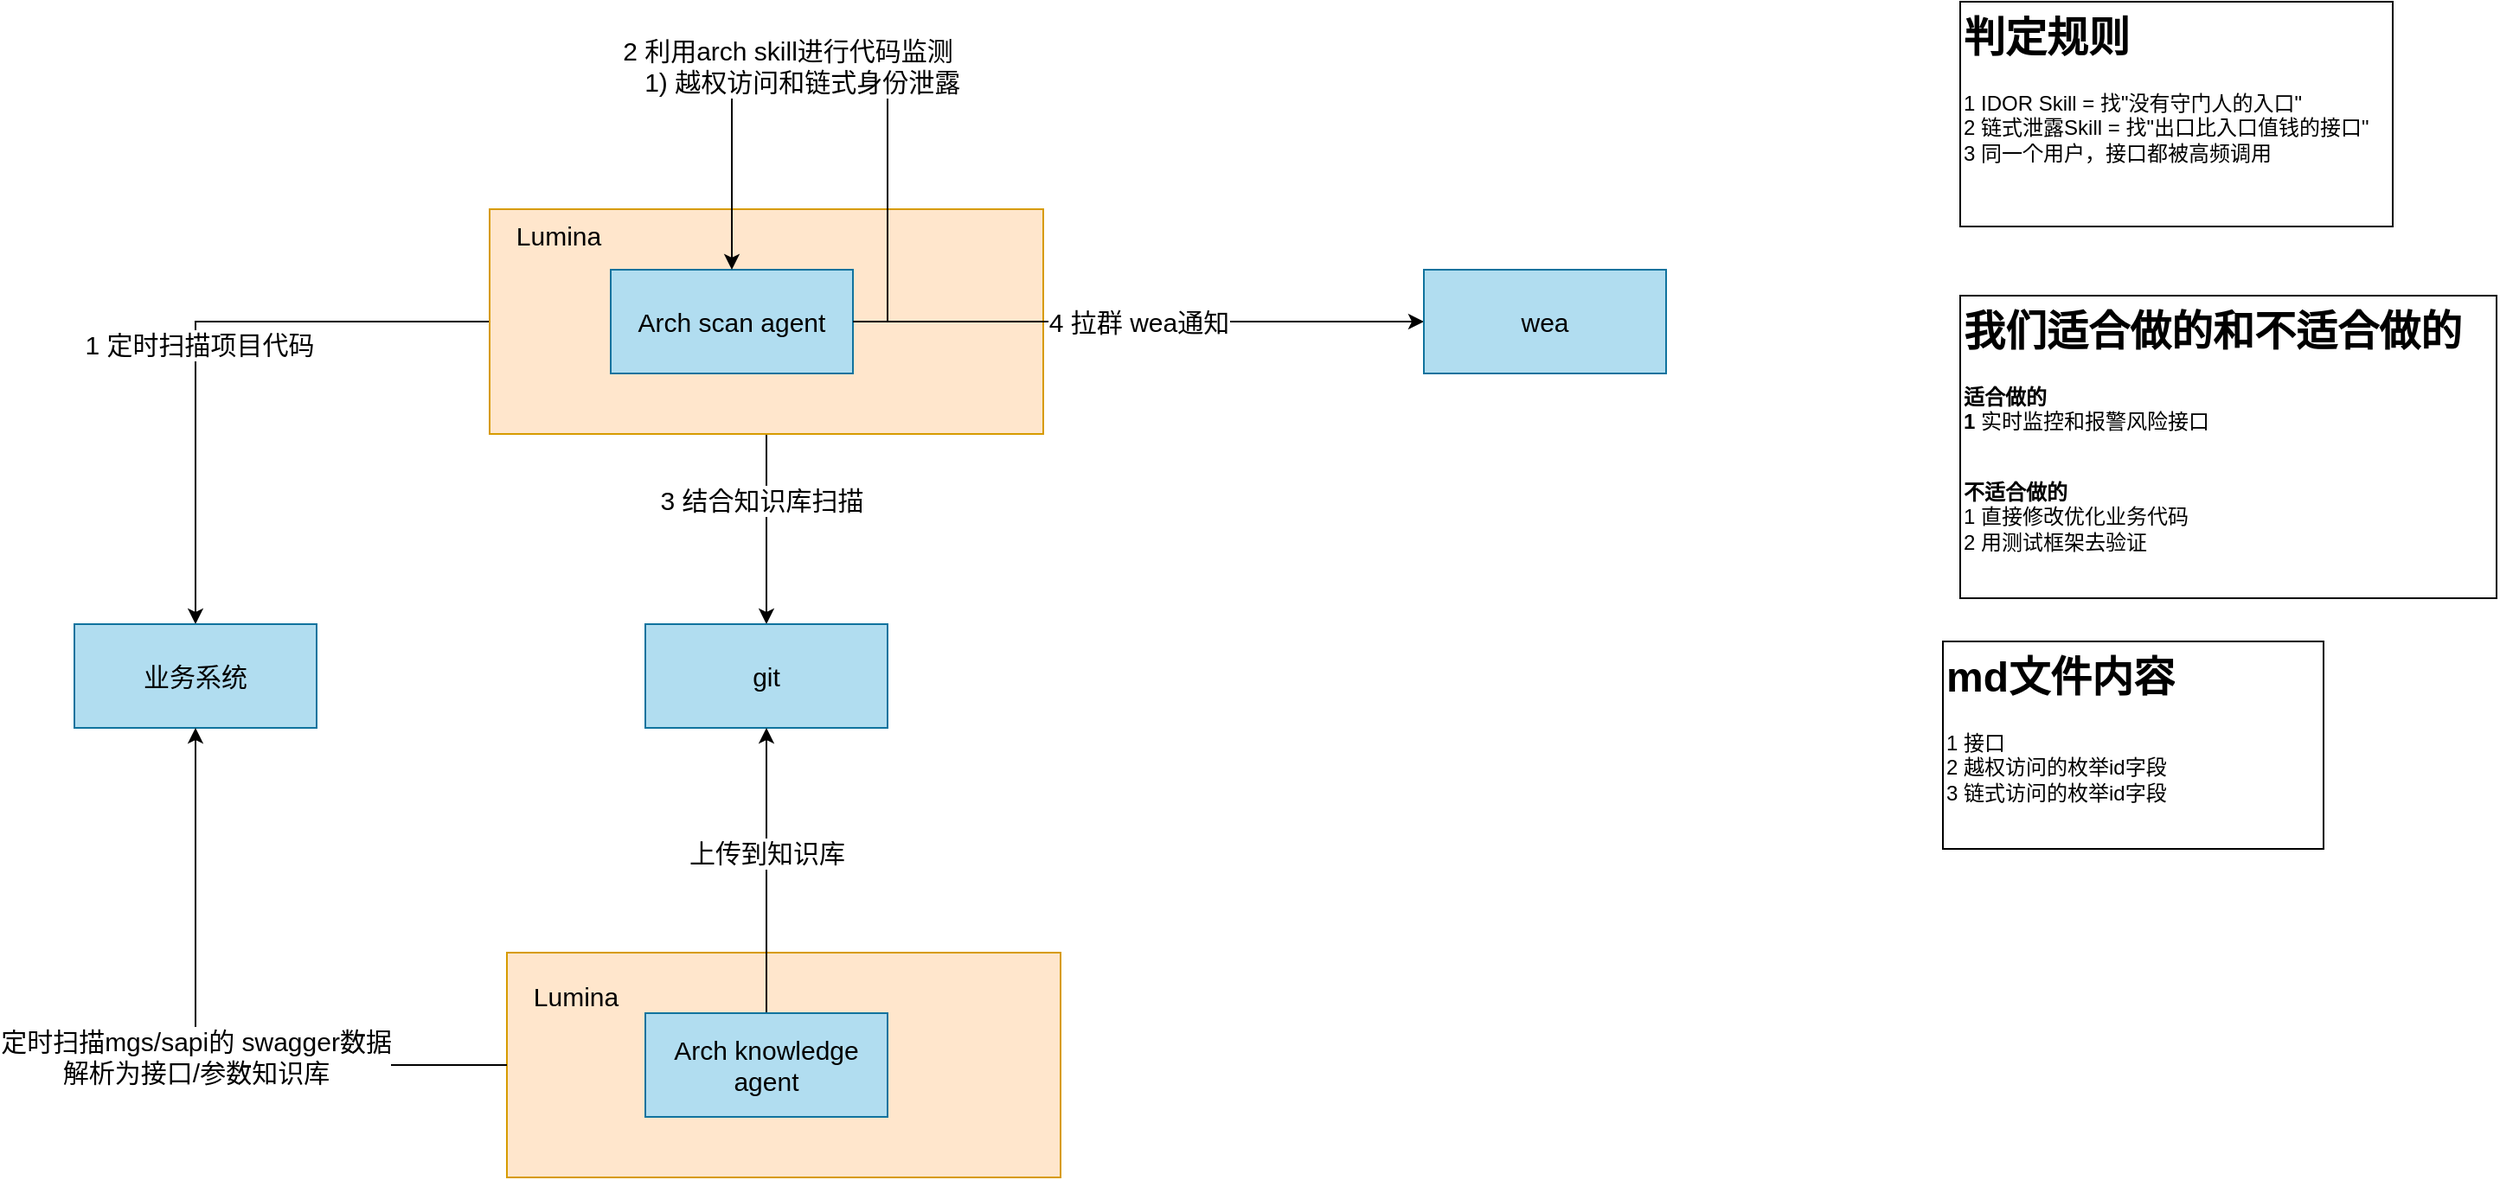
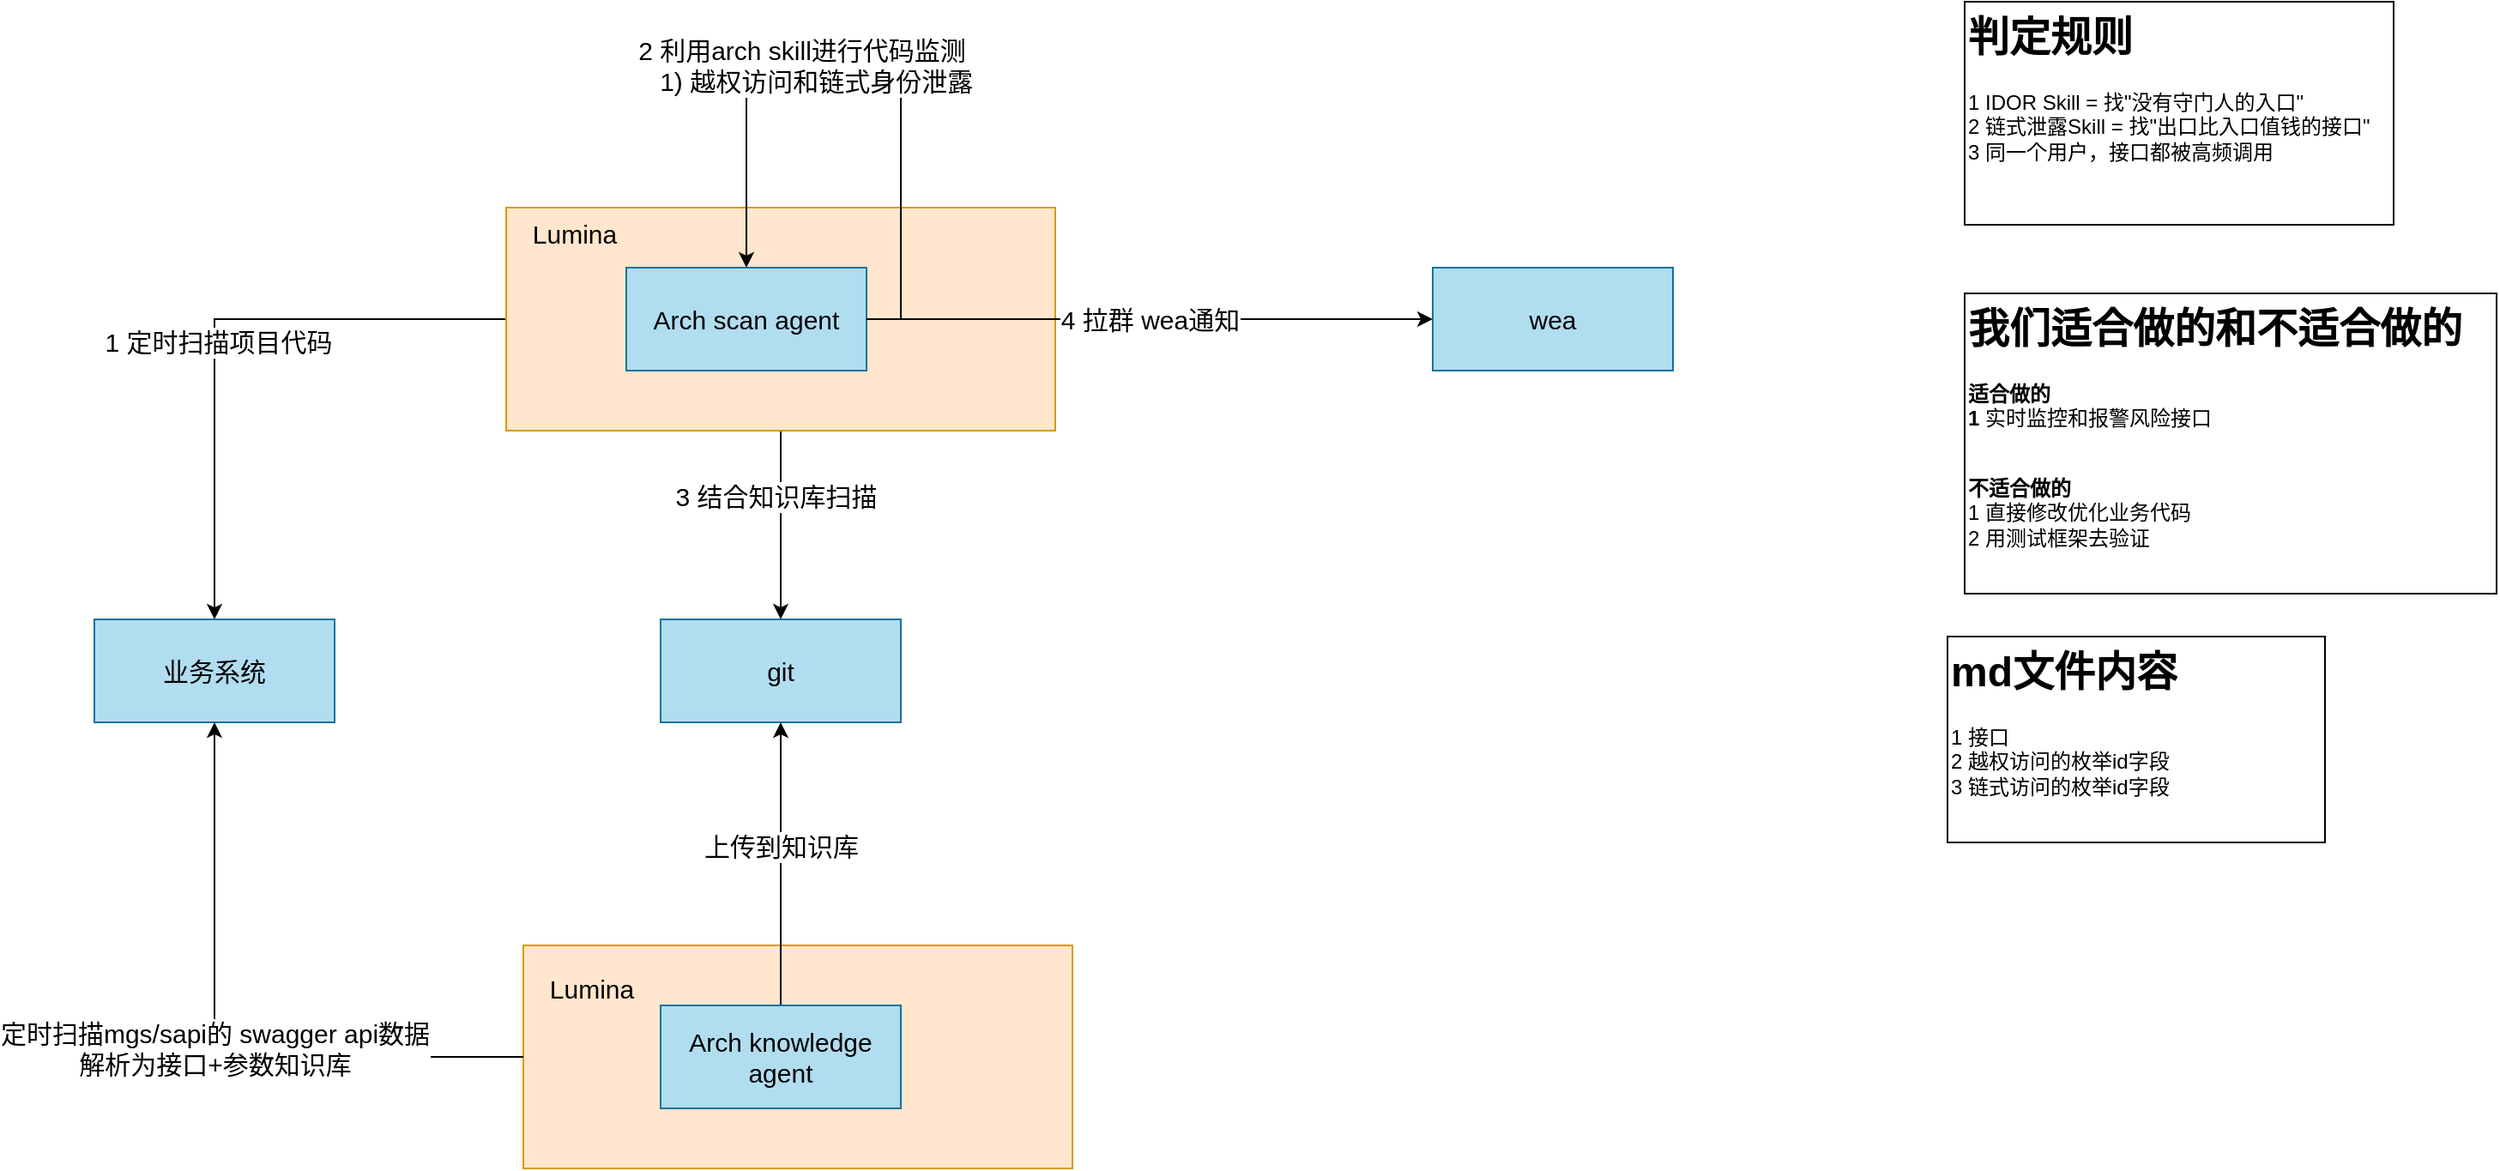
<mxfile host="app.diagrams.net">
  <diagram name="第 1 页" id="v4d0oD99BJNh_s1QToVL">
    <mxGraphModel dx="1391" dy="764" grid="1" gridSize="10" guides="1" tooltips="1" connect="1" arrows="1" fold="1" page="1" pageScale="1" pageWidth="3300" pageHeight="2339" math="0" shadow="0">
      <root>
        <mxCell id="0" />
        <mxCell id="1" parent="0" />
        <mxCell id="BZSGkBbcOcEUag34DBB_-2" edge="1" parent="1" source="SJECwPXb0EPlWWx2axZS-5" style="edgeStyle=orthogonalEdgeStyle;rounded=0;orthogonalLoop=1;jettySize=auto;html=1;exitX=0;exitY=0.5;exitDx=0;exitDy=0;fontSize=15;" target="BZSGkBbcOcEUag34DBB_-1">
          <mxGeometry relative="1" as="geometry" />
        </mxCell>
        <mxCell id="BZSGkBbcOcEUag34DBB_-9" connectable="0" parent="BZSGkBbcOcEUag34DBB_-2" style="edgeLabel;html=1;align=center;verticalAlign=middle;resizable=0;points=[];fontSize=15;" value="1 定时扫描项目代码" vertex="1">
          <mxGeometry relative="1" x="0.0582" y="2" as="geometry">
            <mxPoint as="offset" />
          </mxGeometry>
        </mxCell>
        <mxCell id="BZSGkBbcOcEUag34DBB_-42" edge="1" parent="1" source="SJECwPXb0EPlWWx2axZS-5" style="edgeStyle=orthogonalEdgeStyle;rounded=0;orthogonalLoop=1;jettySize=auto;html=1;exitX=0.5;exitY=1;exitDx=0;exitDy=0;" target="BZSGkBbcOcEUag34DBB_-6">
          <mxGeometry relative="1" as="geometry" />
        </mxCell>
        <mxCell id="BZSGkBbcOcEUag34DBB_-43" connectable="0" parent="BZSGkBbcOcEUag34DBB_-42" style="edgeLabel;html=1;align=center;verticalAlign=middle;resizable=0;points=[];fontSize=15;" value="3 结合知识库扫描" vertex="1">
          <mxGeometry relative="1" x="-0.3364" y="-3" as="geometry">
            <mxPoint y="1" as="offset" />
          </mxGeometry>
        </mxCell>
        <mxCell id="SJECwPXb0EPlWWx2axZS-5" parent="1" style="rounded=0;whiteSpace=wrap;html=1;fillColor=#ffe6cc;strokeColor=#d79b00;fontSize=15;" value="" vertex="1">
          <mxGeometry height="130" width="320" x="370" y="160" as="geometry" />
        </mxCell>
        <mxCell id="BZSGkBbcOcEUag34DBB_-1" parent="1" style="rounded=0;whiteSpace=wrap;html=1;fillColor=#b1ddf0;strokeColor=#10739e;fontSize=15;" value="业务系统" vertex="1">
          <mxGeometry height="60" width="140" x="130" y="400" as="geometry" />
        </mxCell>
        <mxCell id="BZSGkBbcOcEUag34DBB_-46" edge="1" parent="1" source="SJECwPXb0EPlWWx2axZS-4" style="edgeStyle=orthogonalEdgeStyle;rounded=0;orthogonalLoop=1;jettySize=auto;html=1;exitX=1;exitY=0.5;exitDx=0;exitDy=0;entryX=0;entryY=0.5;entryDx=0;entryDy=0;fontSize=15;" target="BZSGkBbcOcEUag34DBB_-5" value="4 拉群 wea通知">
          <mxGeometry relative="1" as="geometry">
            <mxPoint as="offset" />
          </mxGeometry>
        </mxCell>
        <mxCell id="SJECwPXb0EPlWWx2axZS-4" parent="1" style="rounded=0;whiteSpace=wrap;html=1;fillColor=#b1ddf0;strokeColor=#10739e;fontSize=15;" value="Arch scan agent" vertex="1">
          <mxGeometry height="60" width="140" x="440" y="195" as="geometry" />
        </mxCell>
        <mxCell id="BZSGkBbcOcEUag34DBB_-4" parent="1" style="text;html=1;whiteSpace=wrap;strokeColor=none;fillColor=none;align=center;verticalAlign=middle;rounded=0;fontSize=15;" value="Lumina" vertex="1">
          <mxGeometry height="30" width="60" x="380" y="160" as="geometry" />
        </mxCell>
        <mxCell id="BZSGkBbcOcEUag34DBB_-5" parent="1" style="rounded=0;whiteSpace=wrap;html=1;fillColor=#b1ddf0;strokeColor=#10739e;fontSize=15;" value="wea" vertex="1">
          <mxGeometry height="60" width="140" x="910" y="195" as="geometry" />
        </mxCell>
        <mxCell id="BZSGkBbcOcEUag34DBB_-6" parent="1" style="rounded=0;whiteSpace=wrap;html=1;fillColor=#b1ddf0;strokeColor=#10739e;fontSize=15;" value="git" vertex="1">
          <mxGeometry height="60" width="140" x="460" y="400" as="geometry" />
        </mxCell>
        <mxCell id="BZSGkBbcOcEUag34DBB_-12" edge="1" parent="1" source="SJECwPXb0EPlWWx2axZS-4" style="edgeStyle=orthogonalEdgeStyle;rounded=0;orthogonalLoop=1;jettySize=auto;html=1;exitX=1;exitY=0.5;exitDx=0;exitDy=0;entryX=0.5;entryY=0;entryDx=0;entryDy=0;fontSize=15;" target="SJECwPXb0EPlWWx2axZS-4">
          <mxGeometry relative="1" as="geometry">
            <Array as="points">
              <mxPoint x="600" y="225" />
              <mxPoint x="600" y="80" />
              <mxPoint x="510" y="80" />
            </Array>
          </mxGeometry>
        </mxCell>
        <mxCell id="BZSGkBbcOcEUag34DBB_-13" connectable="0" parent="BZSGkBbcOcEUag34DBB_-12" style="edgeLabel;html=1;align=center;verticalAlign=middle;resizable=0;points=[];fontSize=15;" value="2 利用arch skill进行代码监测&lt;div&gt;&amp;nbsp; &amp;nbsp; 1) 越权访问和链式身份泄露&lt;/div&gt;" vertex="1">
          <mxGeometry relative="1" x="0.2054" y="-3" as="geometry">
            <mxPoint as="offset" />
          </mxGeometry>
        </mxCell>
        <mxCell id="BZSGkBbcOcEUag34DBB_-26" parent="1" style="text;html=1;whiteSpace=wrap;overflow=hidden;rounded=0;strokeColor=default;" value="&lt;h1 style=&quot;margin-top: 0px;&quot;&gt;md文件内容&lt;/h1&gt;&lt;p&gt;1 接口&lt;br&gt;2 越权访问的枚举id字段&lt;br&gt;3 链式访问的&lt;span style=&quot;background-color: transparent; color: light-dark(rgb(0, 0, 0), rgb(255, 255, 255));&quot;&gt;枚举id字段&lt;/span&gt;&lt;/p&gt;" vertex="1">
          <mxGeometry height="120" width="220" x="1210" y="410" as="geometry" />
        </mxCell>
        <mxCell id="BZSGkBbcOcEUag34DBB_-32" parent="1" style="text;html=1;whiteSpace=wrap;overflow=hidden;rounded=0;strokeColor=default;" value="&lt;h1 style=&quot;margin-top: 0px;&quot;&gt;判定规则&lt;/h1&gt;&lt;p&gt;1 IDOR Skill = 找&quot;没有守门人的入口&quot;&lt;span style=&quot;background-color: transparent; color: light-dark(rgb(0, 0, 0), rgb(255, 255, 255));&quot;&gt;&amp;nbsp;&lt;br&gt;2&amp;nbsp;&lt;/span&gt;&lt;span style=&quot;background-color: transparent; color: light-dark(rgb(0, 0, 0), rgb(255, 255, 255));&quot;&gt;链式泄露&lt;/span&gt;&lt;span style=&quot;background-color: transparent; color: light-dark(rgb(0, 0, 0), rgb(255, 255, 255));&quot;&gt;Skill = 找&quot;出口比入口值钱的接口&quot;&lt;br&gt;&lt;/span&gt;&lt;span style=&quot;background-color: transparent; color: light-dark(rgb(0, 0, 0), rgb(255, 255, 255));&quot;&gt;3 同一个用户，接口都被高频调用&lt;/span&gt;&lt;/p&gt;" vertex="1">
          <mxGeometry height="130" width="250" x="1220" y="40" as="geometry" />
        </mxCell>
        <mxCell id="BZSGkBbcOcEUag34DBB_-33" parent="1" style="text;html=1;whiteSpace=wrap;overflow=hidden;rounded=0;strokeColor=default;" value="&lt;h1 style=&quot;margin-top: 0px;&quot;&gt;我们适合做的和不适合做的&lt;/h1&gt;&lt;p&gt;&lt;b&gt;适合做的&lt;br&gt;&lt;/b&gt;&lt;span style=&quot;background-color: transparent; color: light-dark(rgb(0, 0, 0), rgb(255, 255, 255));&quot;&gt;&lt;b&gt;1&amp;nbsp;&lt;/b&gt;实时监控和报警风险接口&lt;br&gt;&lt;br&gt;&lt;/span&gt;&lt;/p&gt;&lt;p&gt;&lt;b&gt;不适合做的&lt;br&gt;&lt;/b&gt;&lt;span style=&quot;background-color: transparent; color: light-dark(rgb(0, 0, 0), rgb(255, 255, 255));&quot;&gt;1 直接修改优化业务代码&lt;br&gt;2 用测试框架去验证&lt;/span&gt;&lt;/p&gt;&lt;p&gt;&lt;br&gt;&lt;/p&gt;" vertex="1">
          <mxGeometry height="175" width="310" x="1220" y="210" as="geometry" />
        </mxCell>
        <mxCell id="BZSGkBbcOcEUag34DBB_-34" parent="1" style="rounded=0;whiteSpace=wrap;html=1;fillColor=#ffe6cc;strokeColor=#d79b00;fontSize=15;" value="" vertex="1">
          <mxGeometry height="130" width="320" x="380" y="590" as="geometry" />
        </mxCell>
        <mxCell id="BZSGkBbcOcEUag34DBB_-40" edge="1" parent="1" source="BZSGkBbcOcEUag34DBB_-34" style="edgeStyle=orthogonalEdgeStyle;rounded=0;orthogonalLoop=1;jettySize=auto;html=1;exitX=0;exitY=0.5;exitDx=0;exitDy=0;fontSize=15;" target="BZSGkBbcOcEUag34DBB_-1">
          <mxGeometry relative="1" as="geometry">
            <mxPoint x="370" y="705" as="sourcePoint" />
          </mxGeometry>
        </mxCell>
-         <mxCell id="BZSGkBbcOcEUag34DBB_-41" connectable="0" parent="BZSGkBbcOcEUag34DBB_-40" style="edgeLabel;html=1;align=center;verticalAlign=middle;resizable=0;points=[];fontSize=15;" value="定时扫描mgs/sapi的 swagger数据&lt;div&gt;解析为接口/参数知识库&lt;/div&gt;" vertex="1">
+         <mxCell id="BZSGkBbcOcEUag34DBB_-41" connectable="0" parent="BZSGkBbcOcEUag34DBB_-40" style="edgeLabel;html=1;align=center;verticalAlign=middle;resizable=0;points=[];fontSize=15;" value="定时扫描mgs/sapi的 swagger api数据&lt;div&gt;解析为接口+参数知识库&lt;/div&gt;" vertex="1">
          <mxGeometry relative="1" x="-0.0139" as="geometry">
            <mxPoint as="offset" />
          </mxGeometry>
        </mxCell>
        <mxCell id="BZSGkBbcOcEUag34DBB_-44" edge="1" parent="1" source="BZSGkBbcOcEUag34DBB_-35" style="edgeStyle=orthogonalEdgeStyle;rounded=0;orthogonalLoop=1;jettySize=auto;html=1;exitX=0.5;exitY=0;exitDx=0;exitDy=0;entryX=0.5;entryY=1;entryDx=0;entryDy=0;" target="BZSGkBbcOcEUag34DBB_-6">
          <mxGeometry relative="1" as="geometry" />
        </mxCell>
        <mxCell id="BZSGkBbcOcEUag34DBB_-45" connectable="0" parent="BZSGkBbcOcEUag34DBB_-44" style="edgeLabel;html=1;align=center;verticalAlign=middle;resizable=0;points=[];fontSize=15;" value="上传到知识库" vertex="1">
          <mxGeometry relative="1" x="0.1455" as="geometry">
            <mxPoint y="1" as="offset" />
          </mxGeometry>
        </mxCell>
        <mxCell id="BZSGkBbcOcEUag34DBB_-35" parent="1" style="rounded=0;whiteSpace=wrap;html=1;fillColor=#b1ddf0;strokeColor=#10739e;fontSize=15;" value="Arch knowledge agent" vertex="1">
          <mxGeometry height="60" width="140" x="460" y="625" as="geometry" />
        </mxCell>
        <mxCell id="BZSGkBbcOcEUag34DBB_-36" parent="1" style="text;html=1;whiteSpace=wrap;strokeColor=none;fillColor=none;align=center;verticalAlign=middle;rounded=0;fontSize=15;" value="Lumina" vertex="1">
          <mxGeometry height="30" width="60" x="390" y="600" as="geometry" />
        </mxCell>
      </root>
    </mxGraphModel>
  </diagram>
</mxfile>
